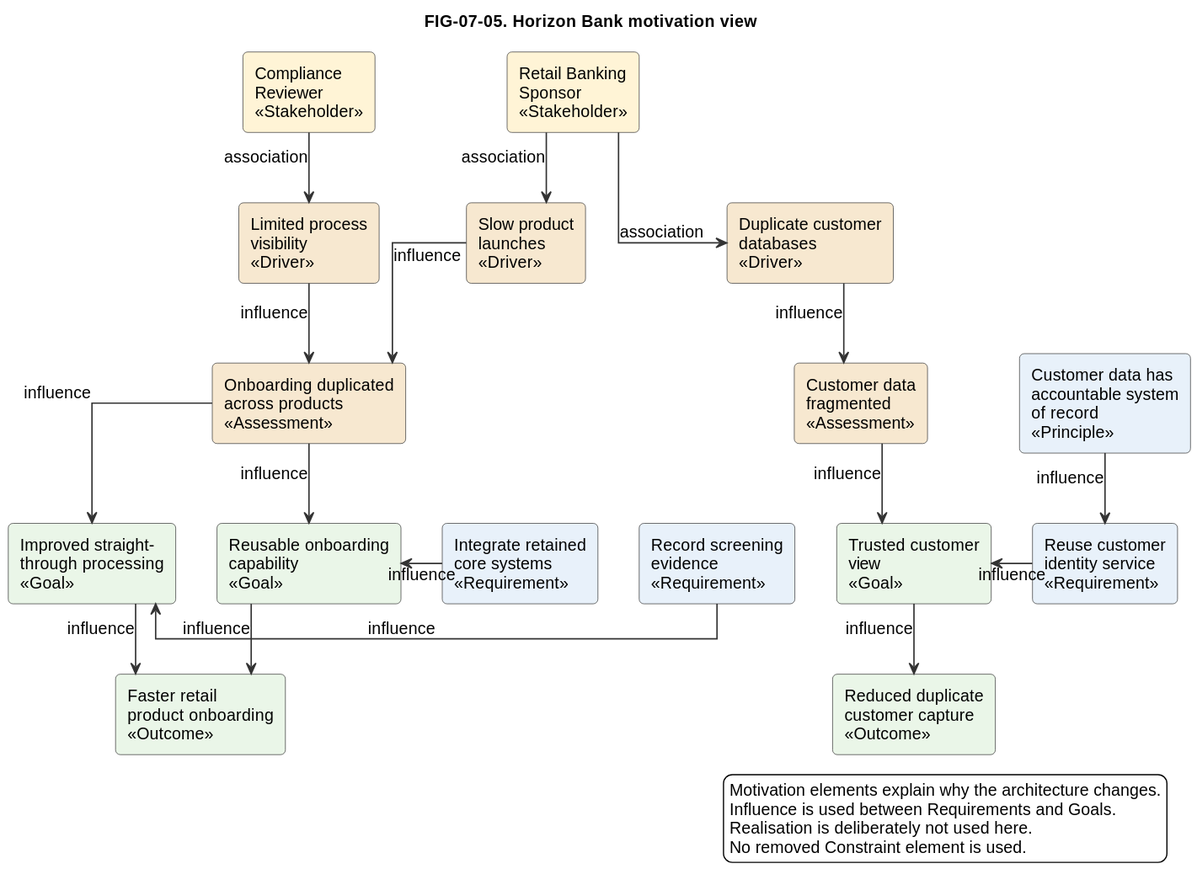
The PlantUML diagram diagrams/exported/svg/FIG-07-05-horizon-bank-motivation-view.svg in nishikanttiwari01/Architecture_Modelling, before a commit. Source of this version:
```plantuml
@startuml
!include ../../styles/plantuml-theme.puml

title FIG-07-05. Horizon Bank motivation view

skinparam linetype ortho
skinparam rectangle {
  RoundCorner 8
}

top to bottom direction

rectangle "Retail Banking\nSponsor\n<<Stakeholder>>" as sponsor #FFF4D6
rectangle "Compliance\nReviewer\n<<Stakeholder>>" as compliance #FFF4D6

rectangle "Duplicate customer\ndatabases\n<<Driver>>" as driver_dup #F7E8D0
rectangle "Slow product\nlaunches\n<<Driver>>" as driver_slow #F7E8D0
rectangle "Limited process\nvisibility\n<<Driver>>" as driver_visibility #F7E8D0

rectangle "Customer data\nfragmented\n<<Assessment>>" as assess_data #F7E8D0
rectangle "Onboarding duplicated\nacross products\n<<Assessment>>" as assess_onboarding #F7E8D0

rectangle "Trusted customer\nview\n<<Goal>>" as goal_trusted #EAF6E8
rectangle "Improved straight-\nthrough processing\n<<Goal>>" as goal_stp #EAF6E8
rectangle "Reusable onboarding\ncapability\n<<Goal>>" as goal_reuse #EAF6E8

rectangle "Reduced duplicate\ncustomer capture\n<<Outcome>>" as outcome_duplicate #EAF6E8
rectangle "Faster retail\nproduct onboarding\n<<Outcome>>" as outcome_faster #EAF6E8

rectangle "Reuse customer\nidentity service\n<<Requirement>>" as req_identity #E8F1FA
rectangle "Record screening\nevidence\n<<Requirement>>" as req_screening #E8F1FA
rectangle "Integrate retained\ncore systems\n<<Requirement>>" as req_core #E8F1FA
rectangle "Customer data has\naccountable system\nof record\n<<Principle>>" as principle_record #E8F1FA

sponsor -down-> driver_dup : association
sponsor -down-> driver_slow : association
compliance -down-> driver_visibility : association

driver_dup -down-> assess_data : influence
driver_slow -down-> assess_onboarding : influence
driver_visibility -down-> assess_onboarding : influence

assess_data -down-> goal_trusted : influence
assess_onboarding -down-> goal_stp : influence
assess_onboarding -down-> goal_reuse : influence

goal_trusted -down-> outcome_duplicate : influence
goal_stp -down-> outcome_faster : influence
goal_reuse -down-> outcome_faster : influence

principle_record -down-> req_identity : influence
req_identity -left-> goal_trusted : influence
req_screening -left-> goal_stp : influence
req_core -left-> goal_reuse : influence

legend right
  Motivation elements explain why the architecture changes.
  Influence is used between Requirements and Goals.
  Realisation is deliberately not used here.
  No removed Constraint element is used.
endlegend
@enduml
```
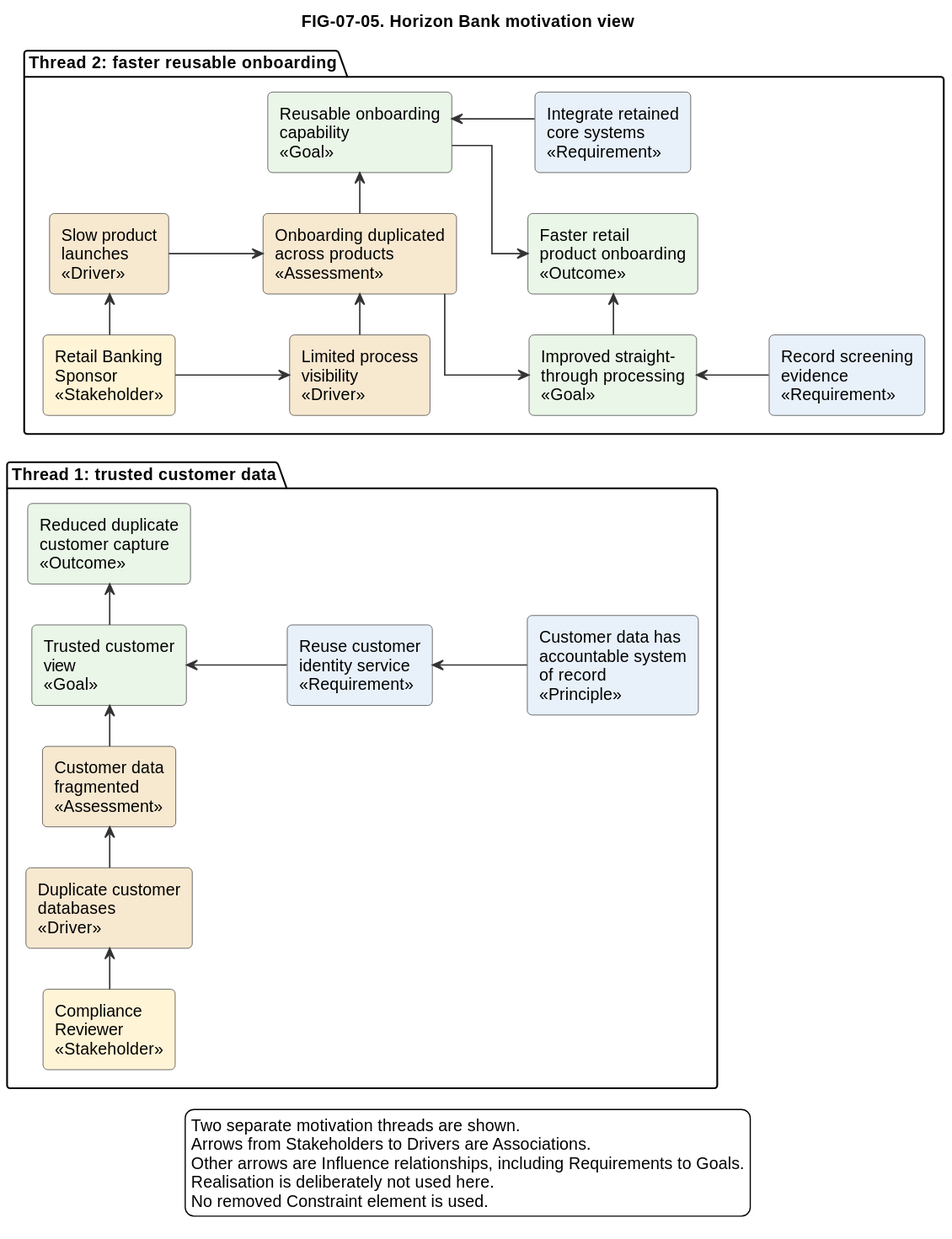
The same file after the commit.

The edit, as a diff of the source:
```diff
@@ -8,54 +8,52 @@
   RoundCorner 8
 }
 
-top to bottom direction
+left to right direction
 
-rectangle "Retail Banking\nSponsor\n<<Stakeholder>>" as sponsor #FFF4D6
-rectangle "Compliance\nReviewer\n<<Stakeholder>>" as compliance #FFF4D6
+package "Thread 1: trusted customer data" as thread_data #FFFFFF {
+  rectangle "Compliance\nReviewer\n<<Stakeholder>>" as compliance #FFF4D6
+  rectangle "Duplicate customer\ndatabases\n<<Driver>>" as driver_dup #F7E8D0
+  rectangle "Customer data\nfragmented\n<<Assessment>>" as assess_data #F7E8D0
+  rectangle "Trusted customer\nview\n<<Goal>>" as goal_trusted #EAF6E8
+  rectangle "Reduced duplicate\ncustomer capture\n<<Outcome>>" as outcome_duplicate #EAF6E8
+  rectangle "Customer data has\naccountable system\nof record\n<<Principle>>" as principle_record #E8F1FA
+  rectangle "Reuse customer\nidentity service\n<<Requirement>>" as req_identity #E8F1FA
+}
 
-rectangle "Duplicate customer\ndatabases\n<<Driver>>" as driver_dup #F7E8D0
-rectangle "Slow product\nlaunches\n<<Driver>>" as driver_slow #F7E8D0
-rectangle "Limited process\nvisibility\n<<Driver>>" as driver_visibility #F7E8D0
+package "Thread 2: faster reusable onboarding" as thread_onboarding #FFFFFF {
+  rectangle "Retail Banking\nSponsor\n<<Stakeholder>>" as sponsor #FFF4D6
+  rectangle "Slow product\nlaunches\n<<Driver>>" as driver_slow #F7E8D0
+  rectangle "Limited process\nvisibility\n<<Driver>>" as driver_visibility #F7E8D0
+  rectangle "Onboarding duplicated\nacross products\n<<Assessment>>" as assess_onboarding #F7E8D0
+  rectangle "Reusable onboarding\ncapability\n<<Goal>>" as goal_reuse #EAF6E8
+  rectangle "Improved straight-\nthrough processing\n<<Goal>>" as goal_stp #EAF6E8
+  rectangle "Faster retail\nproduct onboarding\n<<Outcome>>" as outcome_faster #EAF6E8
+  rectangle "Record screening\nevidence\n<<Requirement>>" as req_screening #E8F1FA
+  rectangle "Integrate retained\ncore systems\n<<Requirement>>" as req_core #E8F1FA
+}
 
-rectangle "Customer data\nfragmented\n<<Assessment>>" as assess_data #F7E8D0
-rectangle "Onboarding duplicated\nacross products\n<<Assessment>>" as assess_onboarding #F7E8D0
+compliance -right-> driver_dup
+driver_dup -right-> assess_data
+assess_data -right-> goal_trusted
+goal_trusted -right-> outcome_duplicate
+principle_record -up-> req_identity
+req_identity -up-> goal_trusted
 
-rectangle "Trusted customer\nview\n<<Goal>>" as goal_trusted #EAF6E8
-rectangle "Improved straight-\nthrough processing\n<<Goal>>" as goal_stp #EAF6E8
-rectangle "Reusable onboarding\ncapability\n<<Goal>>" as goal_reuse #EAF6E8
+sponsor -right-> driver_slow
+sponsor -down-> driver_visibility
+driver_slow -right-> assess_onboarding
+driver_visibility -right-> assess_onboarding
+assess_onboarding -right-> goal_reuse
+assess_onboarding -down-> goal_stp
+goal_reuse -right-> outcome_faster
+goal_stp -right-> outcome_faster
+req_screening -up-> goal_stp
+req_core -up-> goal_reuse
 
-rectangle "Reduced duplicate\ncustomer capture\n<<Outcome>>" as outcome_duplicate #EAF6E8
-rectangle "Faster retail\nproduct onboarding\n<<Outcome>>" as outcome_faster #EAF6E8
-
-rectangle "Reuse customer\nidentity service\n<<Requirement>>" as req_identity #E8F1FA
-rectangle "Record screening\nevidence\n<<Requirement>>" as req_screening #E8F1FA
-rectangle "Integrate retained\ncore systems\n<<Requirement>>" as req_core #E8F1FA
-rectangle "Customer data has\naccountable system\nof record\n<<Principle>>" as principle_record #E8F1FA
-
-sponsor -down-> driver_dup : association
-sponsor -down-> driver_slow : association
-compliance -down-> driver_visibility : association
-
-driver_dup -down-> assess_data : influence
-driver_slow -down-> assess_onboarding : influence
-driver_visibility -down-> assess_onboarding : influence
-
-assess_data -down-> goal_trusted : influence
-assess_onboarding -down-> goal_stp : influence
-assess_onboarding -down-> goal_reuse : influence
-
-goal_trusted -down-> outcome_duplicate : influence
-goal_stp -down-> outcome_faster : influence
-goal_reuse -down-> outcome_faster : influence
-
-principle_record -down-> req_identity : influence
-req_identity -left-> goal_trusted : influence
-req_screening -left-> goal_stp : influence
-req_core -left-> goal_reuse : influence
-
-legend right
-  Motivation elements explain why the architecture changes.
-  Influence is used between Requirements and Goals.
+legend bottom
+  Two separate motivation threads are shown.
+  Arrows from Stakeholders to Drivers are Associations.
+  Other arrows are Influence relationships, including Requirements to Goals.
   Realisation is deliberately not used here.
   No removed Constraint element is used.
 endlegend
```
